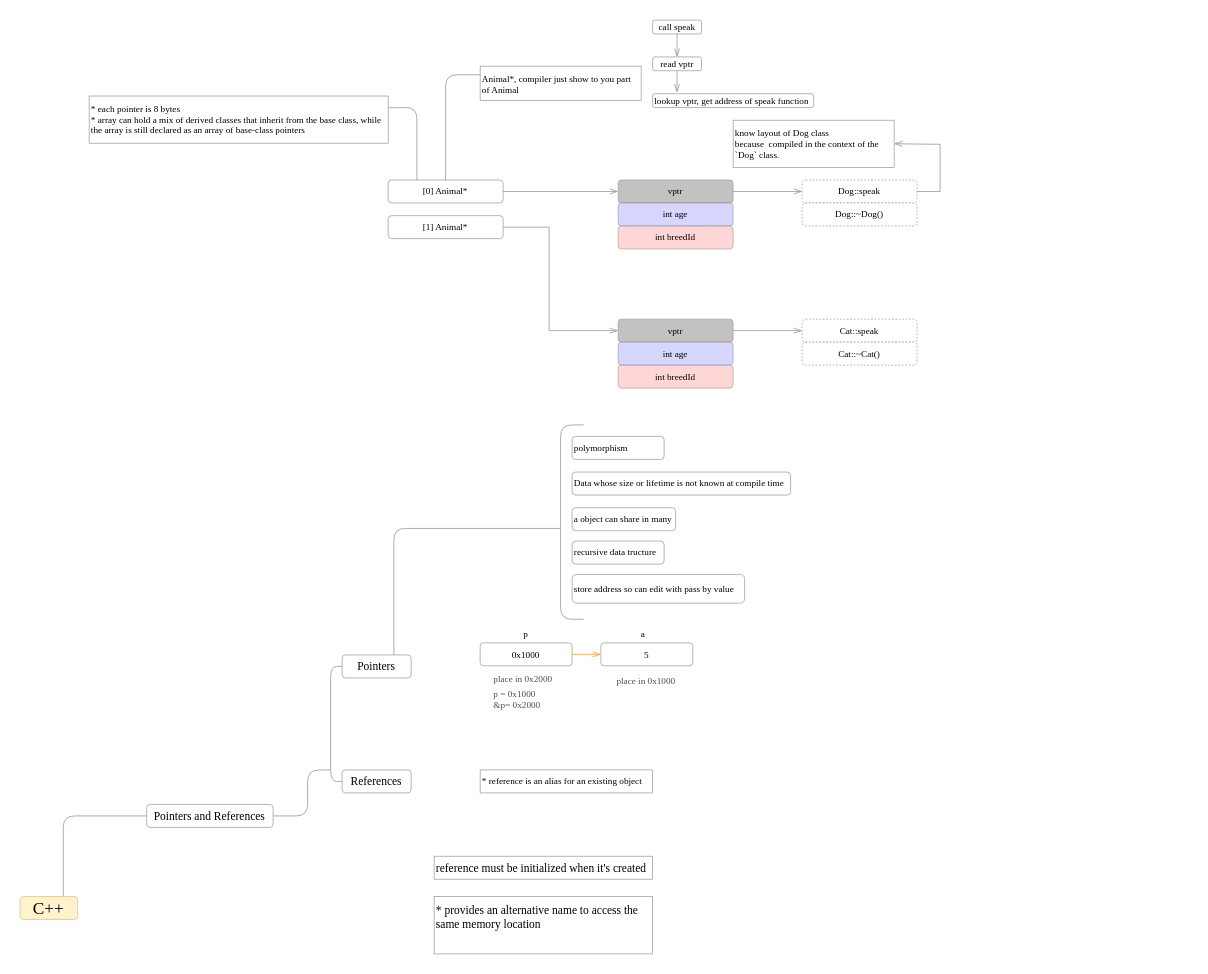
Earlier version of the draw.io diagram [research]C++.drawio (ptt743/draw). Source tidied: cells renumbered, new cells numbered last; positions are measured from the earlier drawing's top-left corner, leaving out a move shared by most shapes. Both pictures are drawn from the tidied source at 115%, with x=0, y=0 at pixel (20, 20).
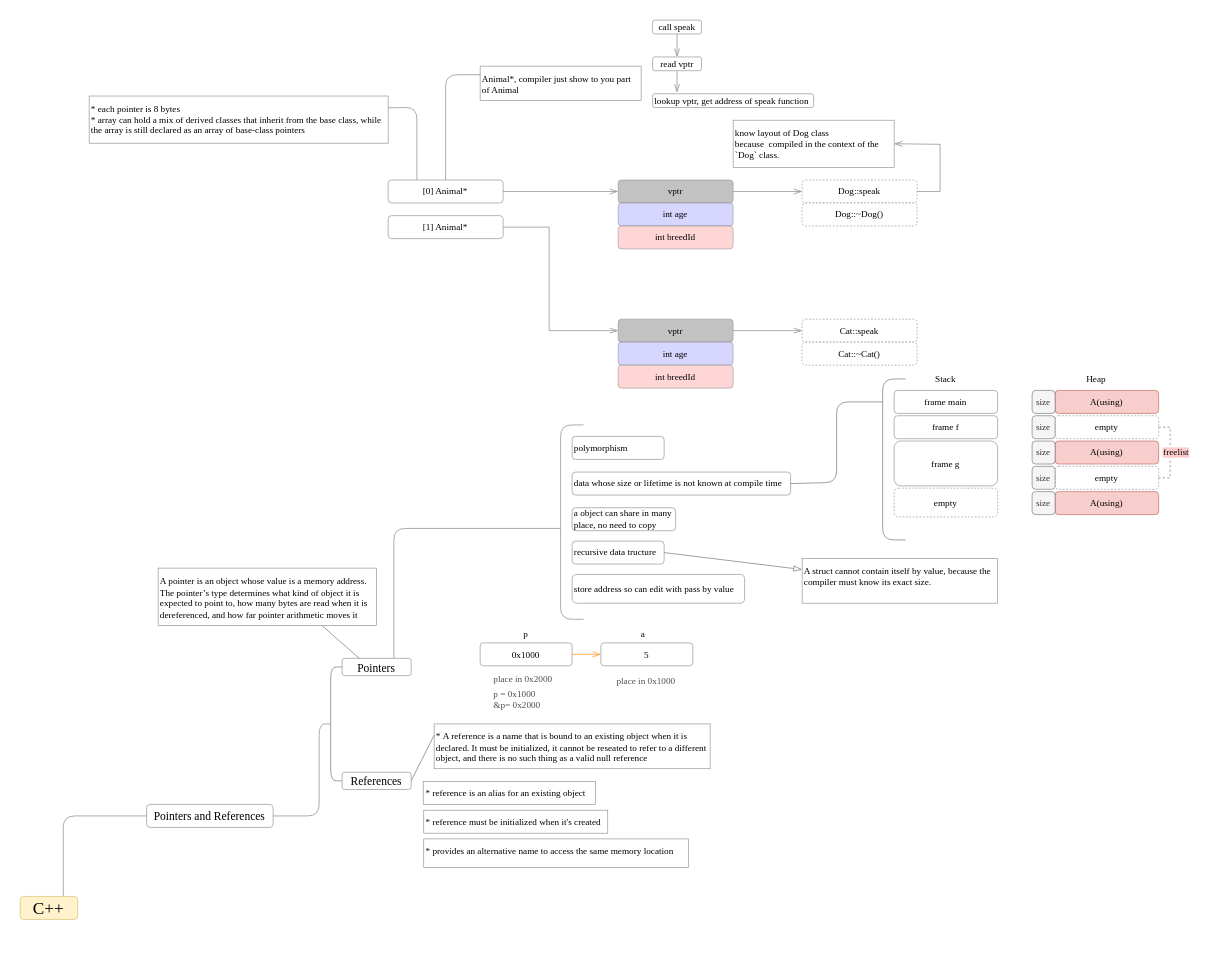
The same diagram, later.

Unchanged cells that the change refers to:
```xml
<mxCell id="3" value="Pointers and References" style="rounded=1;whiteSpace=wrap;html=1;fontFamily=Times New Roman;strokeColor=#808080;strokeWidth=0.5;fontSize=10;" parent="1" vertex="1">
  <mxGeometry x="110" y="682" width="110" height="20" as="geometry" />
</mxCell>
<mxCell id="47" value="recursive data tructure" style="rounded=1;whiteSpace=wrap;html=1;fontFamily=Times New Roman;strokeColor=#808080;strokeWidth=0.5;fontSize=8;align=left;" parent="1" vertex="1">
  <mxGeometry x="480" y="453" width="80" height="20" as="geometry" />
</mxCell>
```

The edit, as a diff of the source:
```diff
@@
     <mxCell id="5" value="Pointers" style="rounded=1;whiteSpace=wrap;html=1;fontFamily=Times New Roman;strokeColor=#808080;strokeWidth=0.5;fontSize=10;" parent="1" vertex="1">
-      <mxGeometry x="280" y="552" width="60" height="20" as="geometry" />
+      <mxGeometry x="280" y="555" width="60" height="15" as="geometry" />
     </mxCell>
     <mxCell id="6" value="References" style="rounded=1;whiteSpace=wrap;html=1;fontFamily=Times New Roman;strokeColor=#808080;strokeWidth=0.5;fontSize=10;" parent="1" vertex="1">
-      <mxGeometry x="280" y="652" width="60" height="20" as="geometry" />
+      <mxGeometry x="280" y="654" width="60" height="15" as="geometry" />
     </mxCell>
-    <mxCell id="7" style="endArrow=none;html=1;rounded=1;endFill=0;strokeColor=light-dark(#929090, #ededed);strokeWidth=0.65;exitX=0;exitY=0.5;exitDx=0;exitDy=0;entryX=0;entryY=0.5;entryDx=0;entryDy=0;curved=0;" parent="1" edge="1" source="5" target="6">
-      <mxGeometry relative="1" as="geometry">
-        <Array as="points">
-          <mxPoint x="270" y="562" />
-          <mxPoint x="270" y="662" />
-        </Array>
-      </mxGeometry>
-    </mxCell>
-    <mxCell id="8" value="*&amp;nbsp;provides an alternative name to access the same memory location" style="rounded=0;whiteSpace=wrap;html=1;fontFamily=Times New Roman;strokeColor=#808080;strokeWidth=0.5;align=left;verticalAlign=top;fontSize=10;" parent="1" vertex="1">
-      <mxGeometry x="360" y="762" width="190" height="50" as="geometry" />
+    <mxCell id="8" value="*&amp;nbsp;provides an alternative name to access the same memory location" style="rounded=0;whiteSpace=wrap;html=1;fontFamily=Times New Roman;strokeColor=#808080;strokeWidth=0.5;align=left;verticalAlign=top;fontSize=8;" parent="1" vertex="1">
+      <mxGeometry x="351" y="712" width="230" height="25" as="geometry" />
     </mxCell>
-    <mxCell id="9" value="reference must be initialized when it's created" style="rounded=0;whiteSpace=wrap;html=1;fontFamily=Times New Roman;strokeColor=#808080;strokeWidth=0.5;align=left;verticalAlign=middle;fontSize=10;" parent="1" vertex="1">
-      <mxGeometry x="360" y="727" width="190" height="20" as="geometry" />
+    <mxCell id="9" value="* reference must be initialized when it's created" style="rounded=0;whiteSpace=wrap;html=1;fontFamily=Times New Roman;strokeColor=#808080;strokeWidth=0.5;align=left;verticalAlign=middle;fontSize=8;" parent="1" vertex="1">
+      <mxGeometry x="351" y="687" width="160" height="20" as="geometry" />
     </mxCell>
     <mxCell id="10" style="endArrow=none;html=1;rounded=1;endFill=0;strokeColor=light-dark(#929090, #ededed);strokeWidth=0.65;entryX=1;entryY=0.5;entryDx=0;entryDy=0;curved=0;" parent="1" edge="1" target="3">
       <mxGeometry relative="1" as="geometry">
-        <mxPoint x="270" y="652" as="sourcePoint" />
+        <mxPoint x="270" y="612" as="sourcePoint" />
         <Array as="points">
-          <mxPoint x="250" y="652" />
-          <mxPoint x="250" y="692" />
+          <mxPoint x="260" y="612" />
+          <mxPoint x="260" y="692" />
         </Array>
       </mxGeometry>
     </mxCell>
     <mxCell id="11" value="&lt;div&gt;* reference is an alias for an existing object&lt;/div&gt;" style="rounded=0;whiteSpace=wrap;html=1;fontFamily=Times New Roman;strokeColor=#808080;strokeWidth=0.5;align=left;verticalAlign=middle;fontSize=8;" parent="1" vertex="1">
-      <mxGeometry x="400" y="652" width="150" height="20" as="geometry" />
+      <mxGeometry x="350.5" y="662" width="150" height="20" as="geometry" />
     </mxCell>
@@
-    <mxCell id="48" value="a object can share in many&amp;nbsp;" style="rounded=1;whiteSpace=wrap;html=1;fontFamily=Times New Roman;strokeColor=#808080;strokeWidth=0.5;fontSize=8;align=left;" parent="1" vertex="1">
+    <mxCell id="48" value="a object can share in many place, no need to copy&amp;nbsp;" style="rounded=1;whiteSpace=wrap;html=1;fontFamily=Times New Roman;strokeColor=#808080;strokeWidth=0.5;fontSize=8;align=left;" parent="1" vertex="1">
       <mxGeometry x="480" y="424" width="90" height="20" as="geometry" />
     </mxCell>
@@
-    <mxCell id="50" value="Data whose size or lifetime is not known at compile time" style="rounded=1;whiteSpace=wrap;html=1;fontFamily=Times New Roman;strokeColor=#808080;strokeWidth=0.5;fontSize=8;align=left;" parent="1" vertex="1">
+    <mxCell id="50" value="data whose size or lifetime is not known at compile time" style="rounded=1;whiteSpace=wrap;html=1;fontFamily=Times New Roman;strokeColor=#808080;strokeWidth=0.5;fontSize=8;align=left;" parent="1" vertex="1">
       <mxGeometry x="480" y="393" width="190" height="20" as="geometry" />
     </mxCell>
@@
+    <mxCell id="54" value="A struct cannot contain itself by value, because the compiler must know its exact size." style="rounded=0;whiteSpace=wrap;html=1;strokeWidth=0.5;strokeColor=#808080;fontFamily=Times New Roman;fontSize=8;align=left;verticalAlign=top;" parent="1" vertex="1">
+      <mxGeometry x="680" y="468" width="170" height="39" as="geometry" />
+    </mxCell>
+    <mxCell id="55" style="endArrow=blockThin;html=1;rounded=0;strokeWidth=0.65;endFill=0;strokeColor=#808080;defaultLabelBackgroundColor=page;exitX=1;exitY=0.5;exitDx=0;exitDy=0;entryX=0;entryY=0.25;entryDx=0;entryDy=0;" parent="1" edge="1" source="47" target="54">
+      <mxGeometry relative="1" as="geometry" />
+    </mxCell>
+    <mxCell id="56" value="frame main" style="rounded=1;whiteSpace=wrap;html=1;strokeWidth=0.5;strokeColor=#808080;fontFamily=Times New Roman;fontSize=8;" parent="1" vertex="1">
+      <mxGeometry x="760" y="322" width="90" height="20" as="geometry" />
+    </mxCell>
+    <mxCell id="57" value="frame f" style="rounded=1;whiteSpace=wrap;html=1;strokeWidth=0.5;strokeColor=#808080;fontFamily=Times New Roman;fontSize=8;" parent="1" vertex="1">
+      <mxGeometry x="760" y="344" width="90" height="20" as="geometry" />
+    </mxCell>
+    <mxCell id="58" value="frame g" style="rounded=1;whiteSpace=wrap;html=1;strokeWidth=0.5;strokeColor=#808080;fontFamily=Times New Roman;fontSize=8;" parent="1" vertex="1">
+      <mxGeometry x="760" y="366" width="90" height="39" as="geometry" />
+    </mxCell>
+    <mxCell id="59" value="empty" style="rounded=1;whiteSpace=wrap;html=1;strokeWidth=0.5;strokeColor=#808080;fontFamily=Times New Roman;fontSize=8;dashed=1;" parent="1" vertex="1">
+      <mxGeometry x="760" y="407" width="90" height="25" as="geometry" />
+    </mxCell>
+    <mxCell id="60" value="Stack" style="text;html=1;whiteSpace=wrap;strokeColor=none;fillColor=none;align=center;verticalAlign=middle;rounded=0;fontSize=8;fontFamily=Times New Roman;" parent="1" vertex="1">
+      <mxGeometry x="780" y="302" width="50" height="20" as="geometry" />
+    </mxCell>
+    <mxCell id="61" style="endArrow=none;html=1;rounded=1;strokeWidth=0.65;endFill=0;strokeColor=#808080;defaultLabelBackgroundColor=page;curved=0;" parent="1" edge="1">
+      <mxGeometry relative="1" as="geometry">
+        <mxPoint x="770" y="452" as="sourcePoint" />
+        <mxPoint x="770" y="312" as="targetPoint" />
+        <Array as="points">
+          <mxPoint x="750" y="452" />
+          <mxPoint x="750" y="312" />
+        </Array>
+      </mxGeometry>
+    </mxCell>
+    <mxCell id="62" value="A(using)" style="rounded=1;whiteSpace=wrap;html=1;strokeWidth=0.5;strokeColor=#b85450;fontFamily=Times New Roman;fontSize=8;fillColor=#f8cecc;" parent="1" vertex="1">
+      <mxGeometry x="900" y="322" width="90" height="20" as="geometry" />
+    </mxCell>
+    <mxCell id="63" value="size" style="rounded=1;whiteSpace=wrap;html=1;strokeWidth=0.5;strokeColor=#666666;fontFamily=Times New Roman;fontSize=8;fillColor=#f5f5f5;fontColor=#333333;" parent="1" vertex="1">
+      <mxGeometry x="880" y="322" width="20" height="20" as="geometry" />
+    </mxCell>
+    <mxCell id="64" value="empty" style="rounded=1;whiteSpace=wrap;html=1;strokeWidth=0.5;strokeColor=#808080;fontFamily=Times New Roman;fontSize=8;dashed=1;" parent="1" vertex="1">
+      <mxGeometry x="900" y="344" width="90" height="20" as="geometry" />
+    </mxCell>
+    <mxCell id="65" value="size" style="rounded=1;whiteSpace=wrap;html=1;strokeWidth=0.5;strokeColor=#666666;fontFamily=Times New Roman;fontSize=8;fillColor=#f5f5f5;fontColor=#333333;" parent="1" vertex="1">
+      <mxGeometry x="880" y="344" width="20" height="20" as="geometry" />
+    </mxCell>
+    <mxCell id="66" value="A(using)" style="rounded=1;whiteSpace=wrap;html=1;strokeWidth=0.5;strokeColor=#b85450;fontFamily=Times New Roman;fontSize=8;fillColor=#f8cecc;" parent="1" vertex="1">
+      <mxGeometry x="900" y="366" width="90" height="20" as="geometry" />
+    </mxCell>
+    <mxCell id="67" value="size" style="rounded=1;whiteSpace=wrap;html=1;strokeWidth=0.5;strokeColor=#666666;fontFamily=Times New Roman;fontSize=8;fillColor=#f5f5f5;fontColor=#333333;" parent="1" vertex="1">
+      <mxGeometry x="880" y="366" width="20" height="20" as="geometry" />
+    </mxCell>
+    <mxCell id="68" value="empty" style="rounded=1;whiteSpace=wrap;html=1;strokeWidth=0.5;strokeColor=#808080;fontFamily=Times New Roman;fontSize=8;dashed=1;" parent="1" vertex="1">
+      <mxGeometry x="900" y="388" width="90" height="20" as="geometry" />
+    </mxCell>
+    <mxCell id="69" value="size" style="rounded=1;whiteSpace=wrap;html=1;strokeWidth=0.5;strokeColor=#666666;fontFamily=Times New Roman;fontSize=8;fillColor=#f5f5f5;fontColor=#333333;" parent="1" vertex="1">
+      <mxGeometry x="880" y="388" width="20" height="20" as="geometry" />
+    </mxCell>
+    <mxCell id="70" value="A(using)" style="rounded=1;whiteSpace=wrap;html=1;strokeWidth=0.5;strokeColor=#b85450;fontFamily=Times New Roman;fontSize=8;fillColor=#f8cecc;" parent="1" vertex="1">
+      <mxGeometry x="900" y="410" width="90" height="20" as="geometry" />
+    </mxCell>
+    <mxCell id="71" value="size" style="rounded=1;whiteSpace=wrap;html=1;strokeWidth=0.5;strokeColor=#666666;fontFamily=Times New Roman;fontSize=8;fillColor=#f5f5f5;fontColor=#333333;" parent="1" vertex="1">
+      <mxGeometry x="880" y="410" width="20" height="20" as="geometry" />
+    </mxCell>
+    <mxCell id="72" value="Heap" style="text;html=1;whiteSpace=wrap;strokeColor=none;fillColor=none;align=center;verticalAlign=middle;rounded=0;fontSize=8;fontFamily=Times New Roman;" parent="1" vertex="1">
+      <mxGeometry x="911" y="302" width="50" height="20" as="geometry" />
+    </mxCell>
+    <mxCell id="73" style="endArrow=none;html=1;rounded=1;strokeWidth=0.65;endFill=0;strokeColor=#808080;defaultLabelBackgroundColor=page;exitX=1;exitY=0.5;exitDx=0;exitDy=0;curved=0;" parent="1" edge="1" source="50">
+      <mxGeometry relative="1" as="geometry">
+        <mxPoint x="750" y="332" as="targetPoint" />
+        <Array as="points">
+          <mxPoint x="710" y="402" />
+          <mxPoint x="710" y="332" />
+        </Array>
+      </mxGeometry>
+    </mxCell>
+    <mxCell id="74" style="endArrow=none;html=1;rounded=0;strokeWidth=0.65;endFill=0;strokeColor=#808080;defaultLabelBackgroundColor=page;exitX=1;exitY=0.5;exitDx=0;exitDy=0;entryX=1;entryY=0.5;entryDx=0;entryDy=0;dashed=1;" parent="1" edge="1" source="64" target="68">
+      <mxGeometry relative="1" as="geometry">
+        <Array as="points">
+          <mxPoint x="1000" y="354" />
+          <mxPoint x="1000" y="398" />
+        </Array>
+      </mxGeometry>
+    </mxCell>
+    <mxCell id="75" value="&lt;span style=&quot;background-color: rgb(255, 204, 204);&quot;&gt;freelist&lt;/span&gt;" style="edgeLabel;html=1;align=center;verticalAlign=middle;inheritText=fontColor,fontStyle,textOpacity,labelBorderColor,labelBorderWidth,labelBackgroundColor,defaultLabelBackgroundColor,labelPadding;defaultLabelBackgroundColor=page;fontFamily=Times New Roman;fontSize=8;" parent="74" vertex="1">
+      <mxGeometry x="-0.02" relative="1" as="geometry">
+        <mxPoint x="4" as="offset" />
+      </mxGeometry>
+    </mxCell>
+    <mxCell id="76" style="endArrow=none;html=1;rounded=1;strokeWidth=0.65;endFill=0;strokeColor=#808080;defaultLabelBackgroundColor=page;entryX=0;entryY=0.5;entryDx=0;entryDy=0;exitX=0;exitY=0.5;exitDx=0;exitDy=0;curved=0;" parent="1" edge="1" source="6" target="5">
+      <mxGeometry relative="1" as="geometry">
+        <Array as="points">
+          <mxPoint x="270" y="661.5" />
+          <mxPoint x="270" y="562.5" />
+        </Array>
+      </mxGeometry>
+    </mxCell>
+    <mxCell id="77" value="A pointer is an object whose value is a memory address. The pointer’s type determines what kind of object it is expected to point to, how many bytes are read when it is dereferenced, and how far pointer arithmetic moves it" style="rounded=0;whiteSpace=wrap;html=1;strokeWidth=0.5;strokeColor=#808080;fontFamily=Times New Roman;fontSize=8;align=left;verticalAlign=top;" parent="1" vertex="1">
+      <mxGeometry x="120" y="476.5" width="190" height="50" as="geometry" />
+    </mxCell>
+    <mxCell id="78" style="endArrow=none;html=1;rounded=0;strokeWidth=0.65;endFill=0;strokeColor=#808080;defaultLabelBackgroundColor=page;entryX=0.25;entryY=0;entryDx=0;entryDy=0;exitX=0.75;exitY=1;exitDx=0;exitDy=0;" parent="1" edge="1" source="77" target="5">
+      <mxGeometry relative="1" as="geometry" />
+    </mxCell>
+    <mxCell id="79" value="*&amp;nbsp;A reference is a name that is bound to an existing object when it is declared. It must be initialized, it cannot be reseated to refer to a different object, and there is no such thing as a valid null reference" style="rounded=0;whiteSpace=wrap;html=1;strokeWidth=0.5;strokeColor=#808080;fontFamily=Times New Roman;fontSize=8;align=left;verticalAlign=top;" parent="1" vertex="1">
+      <mxGeometry x="360" y="612" width="240" height="39" as="geometry" />
+    </mxCell>
+    <mxCell id="80" style="endArrow=none;html=1;rounded=0;strokeWidth=0.65;endFill=0;strokeColor=#808080;defaultLabelBackgroundColor=page;exitX=1;exitY=0.5;exitDx=0;exitDy=0;entryX=0;entryY=0.25;entryDx=0;entryDy=0;" parent="1" edge="1" source="6" target="79">
+      <mxGeometry relative="1" as="geometry" />
+    </mxCell>
```
